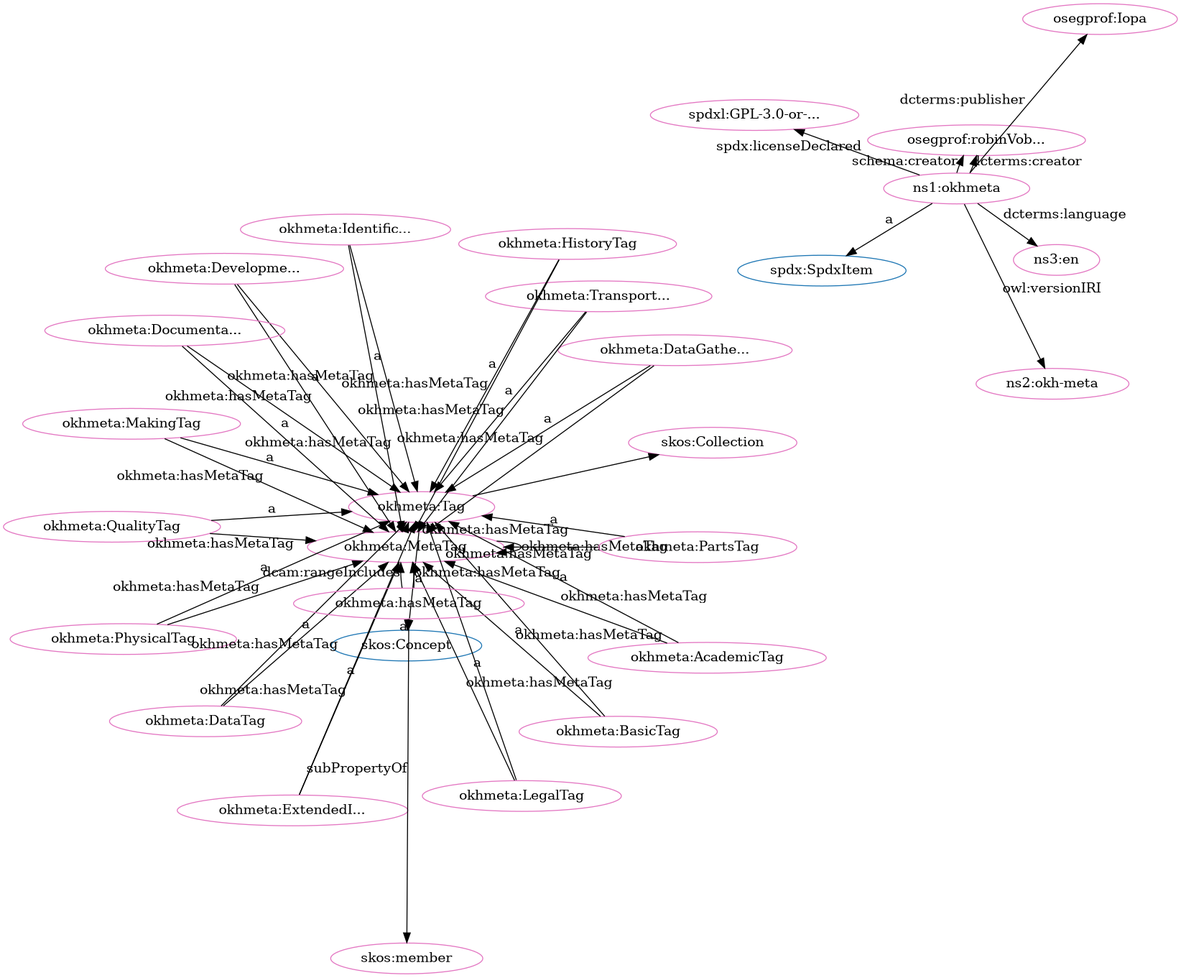
Before: src/spec/dot_okh-meta-clean.png, a diagram exported from Graphviz (iop-alliance/OpenKnowHow). Its source is kept beside it as src/spec/dot_okh-meta-clean.dot.
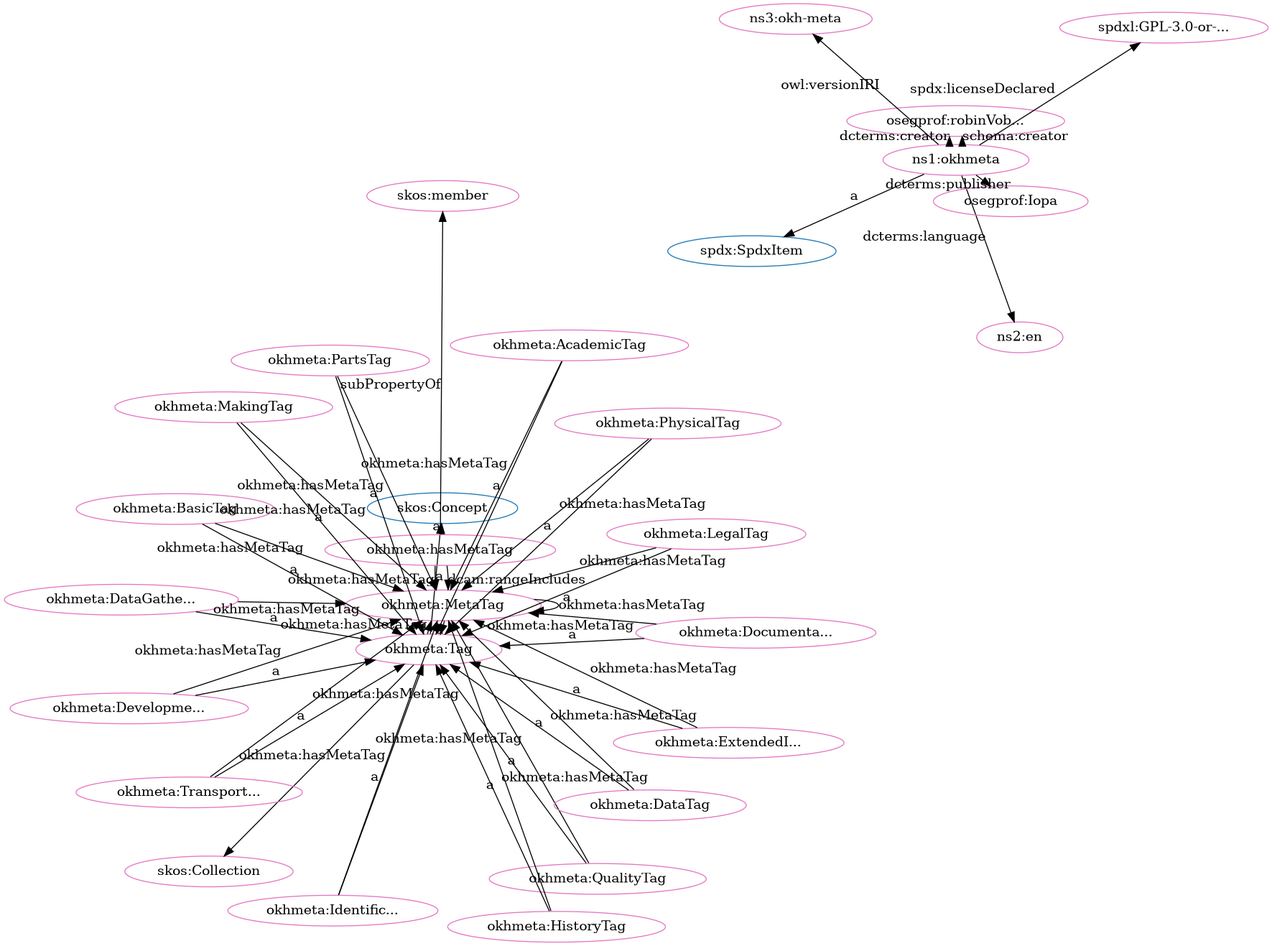
The same diagram one commit later.

What changed in the source:
```diff
@@ -1,80 +1,80 @@
 digraph G {
   rankdir=BT
   node[height=.3]
+"http://www.w3.org/2004/02/skos/core#Concept" [fillcolor="#1f77b4" color="#1f77b4" label="skos:Concept"]
+"http://www.w3.org/2004/02/skos/core#Collection" [fillcolor="#1f77b4" color="#1f77b4" label="skos:Collection"]
 "http://w3id.org/oseg/ont/okhmeta#Tag" [fillcolor="#1f77b4" color="#1f77b4" label="okhmeta:Tag"]
-"http://www.w3.org/2004/02/skos/core#Collection" [fillcolor="#1f77b4" color="#1f77b4" label="skos:Collection"]
-"http://www.w3.org/2004/02/skos/core#Concept" [fillcolor="#1f77b4" color="#1f77b4" label="skos:Concept"]
 "http://spdx.org/rdf/terms#SpdxItem" [fillcolor="#1f77b4" color="#1f77b4" label="spdx:SpdxItem"]
+"http://w3id.org/oseg/ont/okhmeta#Tag" [fillcolor="#e377c2" color="#e377c2" label="okhmeta:Tag"]
 "http://w3id.org/oseg/ont/okhmeta#MetaTag" [fillcolor="#e377c2" color="#e377c2" label="okhmeta:MetaTag"]
+"http://w3id.org/oseg/ont/okhmeta#DocumentationTag" [fillcolor="#e377c2" color="#e377c2" label="okhmeta:Documenta..."]
+"http://w3id.org/oseg/ont/okhmeta#hasMetaTag" [fillcolor="#e377c2" color="#e377c2" label="okhmeta:hasMetaTag"]
 "http://w3id.org/oseg/ont/okhmeta" [fillcolor="#e377c2" color="#e377c2" label="ns1:okhmeta"]
+"http://w3id.org/oseg/ont/okhmeta#TransportationTag" [fillcolor="#e377c2" color="#e377c2" label="okhmeta:Transport..."]
+"http://www.w3.org/2004/02/skos/core#member" [fillcolor="#e377c2" color="#e377c2" label="skos:member"]
+"http://id.loc.gov/vocabulary/iso639-1/en" [fillcolor="#e377c2" color="#e377c2" label="ns2:en"]
+"http://w3id.org/oseg/ont/okhmeta#DevelopmentTag" [fillcolor="#e377c2" color="#e377c2" label="okhmeta:Developme..."]
+"http://w3id.org/oseg/ont/okhmeta#DataGatheringTag" [fillcolor="#e377c2" color="#e377c2" label="okhmeta:DataGathe..."]
+"http://w3id.org/oseg/ont/okhmeta#QualityTag" [fillcolor="#e377c2" color="#e377c2" label="okhmeta:QualityTag"]
+"http://w3id.org/oseg/ont/oseg-profiles#robinVobruba" [fillcolor="#e377c2" color="#e377c2" label="osegprof:robinVob..."]
 "http://w3id.org/oseg/ont/okhmeta#AcademicTag" [fillcolor="#e377c2" color="#e377c2" label="okhmeta:AcademicTag"]
-"http://w3id.org/oseg/ont/okhmeta#DataGatheringTag" [fillcolor="#e377c2" color="#e377c2" label="okhmeta:DataGathe..."]
-"http://w3id.org/oseg/ont/okhmeta#DevelopmentTag" [fillcolor="#e377c2" color="#e377c2" label="okhmeta:Developme..."]
-"http://www.w3.org/2004/02/skos/core#member" [fillcolor="#e377c2" color="#e377c2" label="skos:member"]
+"http://spdx.org/licenses/GPL-3.0-or-later" [fillcolor="#e377c2" color="#e377c2" label="spdxl:GPL-3.0-or-..."]
+"http://w3id.org/oseg/ont/okhmeta#PhysicalTag" [fillcolor="#e377c2" color="#e377c2" label="okhmeta:PhysicalTag"]
+"http://w3id.org/oseg/ont/okhmeta#BasicTag" [fillcolor="#e377c2" color="#e377c2" label="okhmeta:BasicTag"]
+"http://w3id.org/oseg/ont/okhmeta#PartsTag" [fillcolor="#e377c2" color="#e377c2" label="okhmeta:PartsTag"]
+"http://w3id.org/oseg/ont/okhmeta#HistoryTag" [fillcolor="#e377c2" color="#e377c2" label="okhmeta:HistoryTag"]
+"http://w3id.org/oseg/ont/okhmeta#DataTag" [fillcolor="#e377c2" color="#e377c2" label="okhmeta:DataTag"]
+"http://w3id.org/oseg/ont/1.1.0/okh-meta" [fillcolor="#e377c2" color="#e377c2" label="ns3:okh-meta"]
+"http://w3id.org/oseg/ont/okhmeta#MakingTag" [fillcolor="#e377c2" color="#e377c2" label="okhmeta:MakingTag"]
+"http://w3id.org/oseg/ont/okhmeta#IdentificationTag" [fillcolor="#e377c2" color="#e377c2" label="okhmeta:Identific..."]
+"http://w3id.org/oseg/ont/oseg-profiles#Iopa" [fillcolor="#e377c2" color="#e377c2" label="osegprof:Iopa"]
 "http://w3id.org/oseg/ont/okhmeta#LegalTag" [fillcolor="#e377c2" color="#e377c2" label="okhmeta:LegalTag"]
-"http://w3id.org/oseg/ont/okhmeta#PartsTag" [fillcolor="#e377c2" color="#e377c2" label="okhmeta:PartsTag"]
-"http://w3id.org/oseg/ont/okhmeta#PhysicalTag" [fillcolor="#e377c2" color="#e377c2" label="okhmeta:PhysicalTag"]
-"http://w3id.org/oseg/ont/1.1.0/okh-meta" [fillcolor="#e377c2" color="#e377c2" label="ns2:okh-meta"]
-"http://w3id.org/oseg/ont/oseg-profiles#robinVobruba" [fillcolor="#e377c2" color="#e377c2" label="osegprof:robinVob..."]
-"http://w3id.org/oseg/ont/oseg-profiles#Iopa" [fillcolor="#e377c2" color="#e377c2" label="osegprof:Iopa"]
-"http://w3id.org/oseg/ont/okhmeta#DataTag" [fillcolor="#e377c2" color="#e377c2" label="okhmeta:DataTag"]
-"http://w3id.org/oseg/ont/okhmeta#TransportationTag" [fillcolor="#e377c2" color="#e377c2" label="okhmeta:Transport..."]
-"http://w3id.org/oseg/ont/okhmeta#HistoryTag" [fillcolor="#e377c2" color="#e377c2" label="okhmeta:HistoryTag"]
 "http://www.w3.org/2004/02/skos/core#Collection" [fillcolor="#e377c2" color="#e377c2" label="skos:Collection"]
-"http://w3id.org/oseg/ont/okhmeta#QualityTag" [fillcolor="#e377c2" color="#e377c2" label="okhmeta:QualityTag"]
-"http://spdx.org/licenses/GPL-3.0-or-later" [fillcolor="#e377c2" color="#e377c2" label="spdxl:GPL-3.0-or-..."]
-"http://w3id.org/oseg/ont/okhmeta#BasicTag" [fillcolor="#e377c2" color="#e377c2" label="okhmeta:BasicTag"]
 "http://w3id.org/oseg/ont/okhmeta#ExtendedInfoTag" [fillcolor="#e377c2" color="#e377c2" label="okhmeta:ExtendedI..."]
-"http://w3id.org/oseg/ont/okhmeta#DocumentationTag" [fillcolor="#e377c2" color="#e377c2" label="okhmeta:Documenta..."]
-"http://w3id.org/oseg/ont/okhmeta#IdentificationTag" [fillcolor="#e377c2" color="#e377c2" label="okhmeta:Identific..."]
-"http://id.loc.gov/vocabulary/iso639-1/en" [fillcolor="#e377c2" color="#e377c2" label="ns3:en"]
-"http://w3id.org/oseg/ont/okhmeta#MakingTag" [fillcolor="#e377c2" color="#e377c2" label="okhmeta:MakingTag"]
-"http://w3id.org/oseg/ont/okhmeta#hasMetaTag" [fillcolor="#e377c2" color="#e377c2" label="okhmeta:hasMetaTag"]
-"http://w3id.org/oseg/ont/okhmeta#Tag" [fillcolor="#e377c2" color="#e377c2" label="okhmeta:Tag"]
+  "http://w3id.org/oseg/ont/okhmeta#Tag" -> "http://www.w3.org/2004/02/skos/core#Concept" [label="a"]
+  "http://w3id.org/oseg/ont/okhmeta#DocumentationTag" -> "http://w3id.org/oseg/ont/okhmeta#Tag" [label="a"]
+  "http://w3id.org/oseg/ont/okhmeta#LegalTag" -> "http://w3id.org/oseg/ont/okhmeta#MetaTag" [label="okhmeta:hasMetaTag"]
+  "http://w3id.org/oseg/ont/okhmeta#hasMetaTag" -> "http://www.w3.org/2004/02/skos/core#member" [label="subPropertyOf"]
+  "http://w3id.org/oseg/ont/okhmeta" -> "http://id.loc.gov/vocabulary/iso639-1/en" [label="dcterms:language"]
+  "http://w3id.org/oseg/ont/okhmeta" -> "http://spdx.org/rdf/terms#SpdxItem" [label="a"]
+  "http://w3id.org/oseg/ont/okhmeta#DevelopmentTag" -> "http://w3id.org/oseg/ont/okhmeta#Tag" [label="a"]
   "http://w3id.org/oseg/ont/okhmeta#hasMetaTag" -> "http://w3id.org/oseg/ont/okhmeta#MetaTag" [label="dcam:rangeIncludes"]
-  "http://w3id.org/oseg/ont/okhmeta#DevelopmentTag" -> "http://w3id.org/oseg/ont/okhmeta#Tag" [label="a"]
+  "http://w3id.org/oseg/ont/okhmeta#ExtendedInfoTag" -> "http://w3id.org/oseg/ont/okhmeta#MetaTag" [label="okhmeta:hasMetaTag"]
+  "http://w3id.org/oseg/ont/okhmeta#QualityTag" -> "http://w3id.org/oseg/ont/okhmeta#Tag" [label="a"]
+  "http://w3id.org/oseg/ont/okhmeta#hasMetaTag" -> "http://www.w3.org/2004/02/skos/core#Concept" [label="a"]
+  "http://w3id.org/oseg/ont/okhmeta#TransportationTag" -> "http://w3id.org/oseg/ont/okhmeta#MetaTag" [label="okhmeta:hasMetaTag"]
+  "http://w3id.org/oseg/ont/okhmeta#PhysicalTag" -> "http://w3id.org/oseg/ont/okhmeta#Tag" [label="a"]
   "http://w3id.org/oseg/ont/okhmeta#PartsTag" -> "http://w3id.org/oseg/ont/okhmeta#Tag" [label="a"]
-  "http://w3id.org/oseg/ont/okhmeta#QualityTag" -> "http://w3id.org/oseg/ont/okhmeta#MetaTag" [label="okhmeta:hasMetaTag"]
-  "http://w3id.org/oseg/ont/okhmeta#MetaTag" -> "http://w3id.org/oseg/ont/okhmeta#MetaTag" [label="okhmeta:hasMetaTag"]
-  "http://w3id.org/oseg/ont/okhmeta#ExtendedInfoTag" -> "http://w3id.org/oseg/ont/okhmeta#MetaTag" [label="okhmeta:hasMetaTag"]
+  "http://w3id.org/oseg/ont/okhmeta#HistoryTag" -> "http://w3id.org/oseg/ont/okhmeta#Tag" [label="a"]
+  "http://w3id.org/oseg/ont/okhmeta#DataTag" -> "http://w3id.org/oseg/ont/okhmeta#Tag" [label="a"]
+  "http://w3id.org/oseg/ont/okhmeta#BasicTag" -> "http://w3id.org/oseg/ont/okhmeta#MetaTag" [label="okhmeta:hasMetaTag"]
+  "http://w3id.org/oseg/ont/okhmeta#DocumentationTag" -> "http://w3id.org/oseg/ont/okhmeta#MetaTag" [label="okhmeta:hasMetaTag"]
+  "http://w3id.org/oseg/ont/okhmeta#IdentificationTag" -> "http://w3id.org/oseg/ont/okhmeta#Tag" [label="a"]
   "http://w3id.org/oseg/ont/okhmeta" -> "http://w3id.org/oseg/ont/oseg-profiles#Iopa" [label="dcterms:publisher"]
   "http://w3id.org/oseg/ont/okhmeta#Tag" -> "http://www.w3.org/2004/02/skos/core#Collection" [label=""]
-  "http://w3id.org/oseg/ont/okhmeta#QualityTag" -> "http://w3id.org/oseg/ont/okhmeta#Tag" [label="a"]
+  "http://w3id.org/oseg/ont/okhmeta#ExtendedInfoTag" -> "http://w3id.org/oseg/ont/okhmeta#Tag" [label="a"]
+  "http://w3id.org/oseg/ont/okhmeta#MakingTag" -> "http://w3id.org/oseg/ont/okhmeta#MetaTag" [label="okhmeta:hasMetaTag"]
   "http://w3id.org/oseg/ont/okhmeta#MetaTag" -> "http://w3id.org/oseg/ont/okhmeta#Tag" [label="a"]
   "http://w3id.org/oseg/ont/okhmeta#IdentificationTag" -> "http://w3id.org/oseg/ont/okhmeta#MetaTag" [label="okhmeta:hasMetaTag"]
-  "http://w3id.org/oseg/ont/okhmeta#ExtendedInfoTag" -> "http://w3id.org/oseg/ont/okhmeta#Tag" [label="a"]
-  "http://w3id.org/oseg/ont/okhmeta#IdentificationTag" -> "http://w3id.org/oseg/ont/okhmeta#Tag" [label="a"]
+  "http://w3id.org/oseg/ont/okhmeta#TransportationTag" -> "http://w3id.org/oseg/ont/okhmeta#Tag" [label="a"]
+  "http://w3id.org/oseg/ont/okhmeta#PhysicalTag" -> "http://w3id.org/oseg/ont/okhmeta#MetaTag" [label="okhmeta:hasMetaTag"]
+  "http://w3id.org/oseg/ont/okhmeta#MetaTag" -> "http://w3id.org/oseg/ont/okhmeta#MetaTag" [label="okhmeta:hasMetaTag"]
+  "http://w3id.org/oseg/ont/okhmeta#DataGatheringTag" -> "http://w3id.org/oseg/ont/okhmeta#Tag" [label="a"]
+  "http://w3id.org/oseg/ont/okhmeta" -> "http://w3id.org/oseg/ont/oseg-profiles#robinVobruba" [label="dcterms:creator"]
+  "http://w3id.org/oseg/ont/okhmeta#AcademicTag" -> "http://w3id.org/oseg/ont/okhmeta#Tag" [label="a"]
+  "http://w3id.org/oseg/ont/okhmeta#HistoryTag" -> "http://w3id.org/oseg/ont/okhmeta#MetaTag" [label="okhmeta:hasMetaTag"]
+  "http://w3id.org/oseg/ont/okhmeta" -> "http://spdx.org/licenses/GPL-3.0-or-later" [label="spdx:licenseDeclared"]
+  "http://w3id.org/oseg/ont/okhmeta" -> "http://w3id.org/oseg/ont/oseg-profiles#robinVobruba" [label="schema:creator"]
+  "http://w3id.org/oseg/ont/okhmeta#BasicTag" -> "http://w3id.org/oseg/ont/okhmeta#Tag" [label="a"]
+  "http://w3id.org/oseg/ont/okhmeta#QualityTag" -> "http://w3id.org/oseg/ont/okhmeta#MetaTag" [label="okhmeta:hasMetaTag"]
+  "http://w3id.org/oseg/ont/okhmeta#DevelopmentTag" -> "http://w3id.org/oseg/ont/okhmeta#MetaTag" [label="okhmeta:hasMetaTag"]
+  "http://w3id.org/oseg/ont/okhmeta#Tag" -> "http://w3id.org/oseg/ont/okhmeta#MetaTag" [label="okhmeta:hasMetaTag"]
+  "http://w3id.org/oseg/ont/okhmeta#PartsTag" -> "http://w3id.org/oseg/ont/okhmeta#MetaTag" [label="okhmeta:hasMetaTag"]
+  "http://w3id.org/oseg/ont/okhmeta" -> "http://w3id.org/oseg/ont/1.1.0/okh-meta" [label="owl:versionIRI"]
+  "http://w3id.org/oseg/ont/okhmeta#MakingTag" -> "http://w3id.org/oseg/ont/okhmeta#Tag" [label="a"]
+  "http://w3id.org/oseg/ont/okhmeta#LegalTag" -> "http://w3id.org/oseg/ont/okhmeta#Tag" [label="a"]
   "http://w3id.org/oseg/ont/okhmeta#DataTag" -> "http://w3id.org/oseg/ont/okhmeta#MetaTag" [label="okhmeta:hasMetaTag"]
-  "http://w3id.org/oseg/ont/okhmeta" -> "http://spdx.org/rdf/terms#SpdxItem" [label="a"]
-  "http://w3id.org/oseg/ont/okhmeta#TransportationTag" -> "http://w3id.org/oseg/ont/okhmeta#MetaTag" [label="okhmeta:hasMetaTag"]
   "http://w3id.org/oseg/ont/okhmeta#hasMetaTag" -> "http://w3id.org/oseg/ont/okhmeta#MetaTag" [label="okhmeta:hasMetaTag"]
   "http://w3id.org/oseg/ont/okhmeta#DataGatheringTag" -> "http://w3id.org/oseg/ont/okhmeta#MetaTag" [label="okhmeta:hasMetaTag"]
   "http://w3id.org/oseg/ont/okhmeta#AcademicTag" -> "http://w3id.org/oseg/ont/okhmeta#MetaTag" [label="okhmeta:hasMetaTag"]
-  "http://w3id.org/oseg/ont/okhmeta#Tag" -> "http://www.w3.org/2004/02/skos/core#Concept" [label="a"]
-  "http://w3id.org/oseg/ont/okhmeta#LegalTag" -> "http://w3id.org/oseg/ont/okhmeta#MetaTag" [label="okhmeta:hasMetaTag"]
-  "http://w3id.org/oseg/ont/okhmeta#PhysicalTag" -> "http://w3id.org/oseg/ont/okhmeta#MetaTag" [label="okhmeta:hasMetaTag"]
-  "http://w3id.org/oseg/ont/okhmeta#AcademicTag" -> "http://w3id.org/oseg/ont/okhmeta#Tag" [label="a"]
-  "http://w3id.org/oseg/ont/okhmeta#DataGatheringTag" -> "http://w3id.org/oseg/ont/okhmeta#Tag" [label="a"]
-  "http://w3id.org/oseg/ont/okhmeta#hasMetaTag" -> "http://www.w3.org/2004/02/skos/core#member" [label="subPropertyOf"]
-  "http://w3id.org/oseg/ont/okhmeta#LegalTag" -> "http://w3id.org/oseg/ont/okhmeta#Tag" [label="a"]
-  "http://w3id.org/oseg/ont/okhmeta#PhysicalTag" -> "http://w3id.org/oseg/ont/okhmeta#Tag" [label="a"]
-  "http://w3id.org/oseg/ont/okhmeta" -> "http://w3id.org/oseg/ont/1.1.0/okh-meta" [label="owl:versionIRI"]
-  "http://w3id.org/oseg/ont/okhmeta" -> "http://w3id.org/oseg/ont/oseg-profiles#robinVobruba" [label="schema:creator"]
-  "http://w3id.org/oseg/ont/okhmeta#BasicTag" -> "http://w3id.org/oseg/ont/okhmeta#MetaTag" [label="okhmeta:hasMetaTag"]
-  "http://w3id.org/oseg/ont/okhmeta#DevelopmentTag" -> "http://w3id.org/oseg/ont/okhmeta#MetaTag" [label="okhmeta:hasMetaTag"]
-  "http://w3id.org/oseg/ont/okhmeta#DataTag" -> "http://w3id.org/oseg/ont/okhmeta#Tag" [label="a"]
-  "http://w3id.org/oseg/ont/okhmeta#TransportationTag" -> "http://w3id.org/oseg/ont/okhmeta#Tag" [label="a"]
-  "http://w3id.org/oseg/ont/okhmeta#HistoryTag" -> "http://w3id.org/oseg/ont/okhmeta#Tag" [label="a"]
-  "http://w3id.org/oseg/ont/okhmeta#DocumentationTag" -> "http://w3id.org/oseg/ont/okhmeta#MetaTag" [label="okhmeta:hasMetaTag"]
-  "http://w3id.org/oseg/ont/okhmeta" -> "http://spdx.org/licenses/GPL-3.0-or-later" [label="spdx:licenseDeclared"]
-  "http://w3id.org/oseg/ont/okhmeta#BasicTag" -> "http://w3id.org/oseg/ont/okhmeta#Tag" [label="a"]
-  "http://w3id.org/oseg/ont/okhmeta#MakingTag" -> "http://w3id.org/oseg/ont/okhmeta#MetaTag" [label="okhmeta:hasMetaTag"]
-  "http://w3id.org/oseg/ont/okhmeta#DocumentationTag" -> "http://w3id.org/oseg/ont/okhmeta#Tag" [label="a"]
-  "http://w3id.org/oseg/ont/okhmeta#HistoryTag" -> "http://w3id.org/oseg/ont/okhmeta#MetaTag" [label="okhmeta:hasMetaTag"]
-  "http://w3id.org/oseg/ont/okhmeta" -> "http://id.loc.gov/vocabulary/iso639-1/en" [label="dcterms:language"]
-  "http://w3id.org/oseg/ont/okhmeta#MakingTag" -> "http://w3id.org/oseg/ont/okhmeta#Tag" [label="a"]
-  "http://w3id.org/oseg/ont/okhmeta#Tag" -> "http://w3id.org/oseg/ont/okhmeta#MetaTag" [label="okhmeta:hasMetaTag"]
-  "http://w3id.org/oseg/ont/okhmeta" -> "http://w3id.org/oseg/ont/oseg-profiles#robinVobruba" [label="dcterms:creator"]
-  "http://w3id.org/oseg/ont/okhmeta#hasMetaTag" -> "http://www.w3.org/2004/02/skos/core#Concept" [label="a"]
-  "http://w3id.org/oseg/ont/okhmeta#PartsTag" -> "http://w3id.org/oseg/ont/okhmeta#MetaTag" [label="okhmeta:hasMetaTag"]
 }
```
